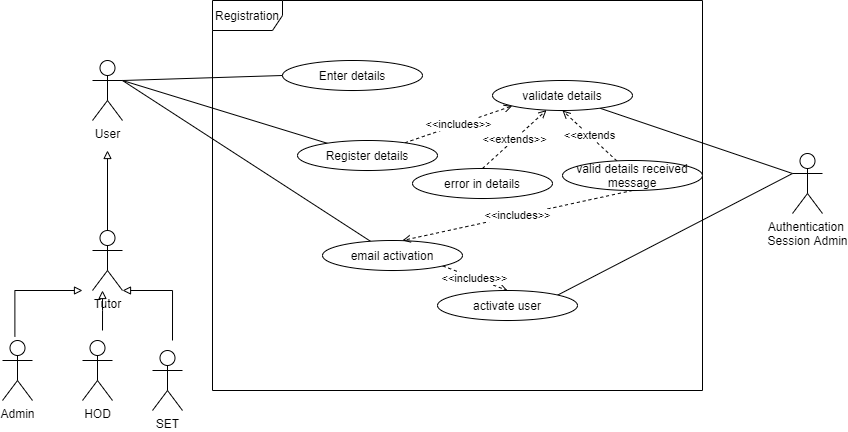
Earlier version of the draw.io export 2021/specs/auth/registration/registration_use_case.png (JohnAPedagogy/ProgressiveStudentHackathon). Source tidied: cells renumbered, new cells last; positions are measured from the earlier drawing's top-left corner, leaving out a move shared by most shapes. The source it was exported from:
```xml
<mxGraphModel>
  <root>
    <mxCell id="0" />
    <mxCell id="1" parent="0" />
    <mxCell id="2" value="Registration" style="shape=umlFrame;whiteSpace=wrap;html=1;width=70;height=30;" parent="1" vertex="1">
      <mxGeometry x="210" width="490" height="390" as="geometry" />
    </mxCell>
    <mxCell id="3" style="rounded=0;jettySize=auto;html=1;exitX=1;exitY=0.3333333333333333;exitDx=0;exitDy=0;exitPerimeter=0;entryX=0;entryY=0.5;entryDx=0;entryDy=0;endArrow=none;endFill=0;" parent="1" edge="1" source="6" target="10">
      <mxGeometry relative="1" as="geometry" />
    </mxCell>
    <mxCell id="4" style="edgeStyle=none;rounded=0;jettySize=auto;html=1;exitX=1;exitY=0.3333333333333333;exitDx=0;exitDy=0;exitPerimeter=0;endArrow=none;endFill=0;" parent="1" edge="1" source="6" target="11">
      <mxGeometry relative="1" as="geometry" />
    </mxCell>
    <mxCell id="5" style="edgeStyle=none;rounded=0;jettySize=auto;html=1;exitX=1;exitY=0.3333333333333333;exitDx=0;exitDy=0;exitPerimeter=0;endArrow=none;endFill=0;" parent="1" edge="1" source="6" target="23">
      <mxGeometry relative="1" as="geometry" />
    </mxCell>
    <mxCell id="6" value="User" style="shape=umlActor;verticalLabelPosition=bottom;verticalAlign=top;html=1;" parent="1" vertex="1">
      <mxGeometry x="90" y="60" width="30" height="60" as="geometry" />
    </mxCell>
    <mxCell id="7" style="edgeStyle=orthogonalEdgeStyle;rounded=0;jettySize=auto;html=1;endArrow=block;endFill=0;" parent="1" edge="1" source="8">
      <mxGeometry relative="1" as="geometry">
        <mxPoint x="105" y="150" as="targetPoint" />
      </mxGeometry>
    </mxCell>
    <mxCell id="8" value="Tutor" style="shape=umlActor;verticalLabelPosition=bottom;verticalAlign=top;html=1;" parent="1" vertex="1">
      <mxGeometry x="90" y="230" width="30" height="60" as="geometry" />
    </mxCell>
    <mxCell id="9" value="&amp;lt;&amp;lt;includes&amp;gt;&amp;gt;" style="edgeStyle=none;rounded=0;jettySize=auto;html=1;entryX=0;entryY=1;entryDx=0;entryDy=0;endArrow=open;endFill=0;dashed=1;" parent="1" edge="1" source="11" target="21">
      <mxGeometry relative="1" as="geometry" />
    </mxCell>
    <mxCell id="10" value="Enter details" style="ellipse;whiteSpace=wrap;html=1;" parent="1" vertex="1">
      <mxGeometry x="280" y="60" width="140" height="30" as="geometry" />
    </mxCell>
    <mxCell id="11" value="Register details" style="ellipse;whiteSpace=wrap;html=1;" parent="1" vertex="1">
      <mxGeometry x="295" y="140" width="140" height="30" as="geometry" />
    </mxCell>
    <mxCell id="12" value="Admin" style="shape=umlActor;verticalLabelPosition=bottom;verticalAlign=top;html=1;" parent="1" vertex="1">
      <mxGeometry y="340" width="30" height="60" as="geometry" />
    </mxCell>
    <mxCell id="13" value="HOD" style="shape=umlActor;verticalLabelPosition=bottom;verticalAlign=top;html=1;" parent="1" vertex="1">
      <mxGeometry x="80" y="340" width="30" height="60" as="geometry" />
    </mxCell>
    <mxCell id="14" value="SET" style="shape=umlActor;verticalLabelPosition=bottom;verticalAlign=top;html=1;" parent="1" vertex="1">
      <mxGeometry x="150" y="350" width="30" height="60" as="geometry" />
    </mxCell>
    <mxCell id="15" style="edgeStyle=orthogonalEdgeStyle;rounded=0;orthogonalLoop=1;jettySize=auto;html=1;endArrow=block;endFill=0;" parent="1" edge="1">
      <mxGeometry relative="1" as="geometry">
        <mxPoint x="100" y="330" as="sourcePoint" />
        <mxPoint x="100" y="290" as="targetPoint" />
        <Array as="points">
          <mxPoint x="100" y="310" />
          <mxPoint x="100" y="310" />
        </Array>
      </mxGeometry>
    </mxCell>
    <mxCell id="16" style="edgeStyle=orthogonalEdgeStyle;rounded=0;orthogonalLoop=1;jettySize=auto;html=1;endArrow=block;endFill=0;" parent="1" edge="1">
      <mxGeometry relative="1" as="geometry">
        <mxPoint x="170" y="340" as="sourcePoint" />
        <mxPoint x="120" y="290" as="targetPoint" />
        <Array as="points">
          <mxPoint x="170" y="290" />
        </Array>
      </mxGeometry>
    </mxCell>
    <mxCell id="17" style="edgeStyle=orthogonalEdgeStyle;rounded=0;jettySize=auto;html=1;endArrow=block;endFill=0;exitX=0.413;exitY=-0.066;exitDx=0;exitDy=0;exitPerimeter=0;" parent="1" edge="1" source="12">
      <mxGeometry relative="1" as="geometry">
        <mxPoint x="80" y="290" as="targetPoint" />
        <Array as="points">
          <mxPoint x="12" y="290" />
        </Array>
      </mxGeometry>
    </mxCell>
    <mxCell id="18" style="edgeStyle=none;rounded=0;jettySize=auto;html=1;exitX=0;exitY=0.3333333333333333;exitDx=0;exitDy=0;exitPerimeter=0;endArrow=none;endFill=0;" parent="1" edge="1" source="19" target="21">
      <mxGeometry relative="1" as="geometry" />
    </mxCell>
    <mxCell id="19" value="Authentication &lt;br&gt;Session Admin" style="shape=umlActor;verticalLabelPosition=bottom;verticalAlign=top;html=1;" parent="1" vertex="1">
      <mxGeometry x="790" y="153" width="30" height="60" as="geometry" />
    </mxCell>
    <mxCell id="20" value="&amp;lt;&amp;lt;extends" style="edgeStyle=none;rounded=0;jettySize=auto;html=1;dashed=1;endArrow=open;endFill=0;entryX=0.5;entryY=1;entryDx=0;entryDy=0;" parent="1" edge="1" source="25" target="21">
      <mxGeometry relative="1" as="geometry" />
    </mxCell>
    <mxCell id="21" value="validate details" style="ellipse;whiteSpace=wrap;html=1;" parent="1" vertex="1">
      <mxGeometry x="490" y="80" width="140" height="30" as="geometry" />
    </mxCell>
    <mxCell id="22" value="&amp;lt;&amp;lt;includes&amp;gt;&amp;gt;" style="edgeStyle=none;rounded=0;jettySize=auto;html=1;exitX=1;exitY=1;exitDx=0;exitDy=0;entryX=0.5;entryY=0;entryDx=0;entryDy=0;endArrow=open;endFill=0;dashed=1;" parent="1" edge="1" source="23" target="29">
      <mxGeometry relative="1" as="geometry" />
    </mxCell>
    <mxCell id="23" value="email activation" style="ellipse;whiteSpace=wrap;html=1;" parent="1" vertex="1">
      <mxGeometry x="320" y="240" width="140" height="30" as="geometry" />
    </mxCell>
    <mxCell id="24" value="&amp;lt;&amp;lt;includes&amp;gt;&amp;gt;" style="edgeStyle=none;rounded=0;jettySize=auto;html=1;exitX=0.5;exitY=1;exitDx=0;exitDy=0;dashed=1;endArrow=open;endFill=0;" parent="1" edge="1" source="25">
      <mxGeometry relative="1" as="geometry">
        <mxPoint x="400" y="240" as="targetPoint" />
      </mxGeometry>
    </mxCell>
    <mxCell id="25" value="valid details received message" style="ellipse;whiteSpace=wrap;html=1;" parent="1" vertex="1">
      <mxGeometry x="560" y="160" width="140" height="30" as="geometry" />
    </mxCell>
    <mxCell id="26" value="&amp;lt;&amp;lt;extends&amp;gt;&amp;gt;" style="edgeStyle=none;rounded=0;jettySize=auto;html=1;exitX=0.5;exitY=0;exitDx=0;exitDy=0;dashed=1;endArrow=open;endFill=0;" parent="1" edge="1" source="27" target="21">
      <mxGeometry relative="1" as="geometry" />
    </mxCell>
    <mxCell id="27" value="error in details" style="ellipse;whiteSpace=wrap;html=1;" parent="1" vertex="1">
      <mxGeometry x="410" y="168" width="140" height="30" as="geometry" />
    </mxCell>
    <mxCell id="28" style="edgeStyle=none;rounded=0;jettySize=auto;html=1;exitX=1;exitY=0;exitDx=0;exitDy=0;entryX=0;entryY=0.3333333333333333;entryDx=0;entryDy=0;entryPerimeter=0;endArrow=none;endFill=0;" parent="1" edge="1" source="29" target="19">
      <mxGeometry relative="1" as="geometry" />
    </mxCell>
    <mxCell id="29" value="activate user" style="ellipse;whiteSpace=wrap;html=1;" parent="1" vertex="1">
      <mxGeometry x="435" y="290" width="140" height="30" as="geometry" />
    </mxCell>
  </root>
</mxGraphModel>
```
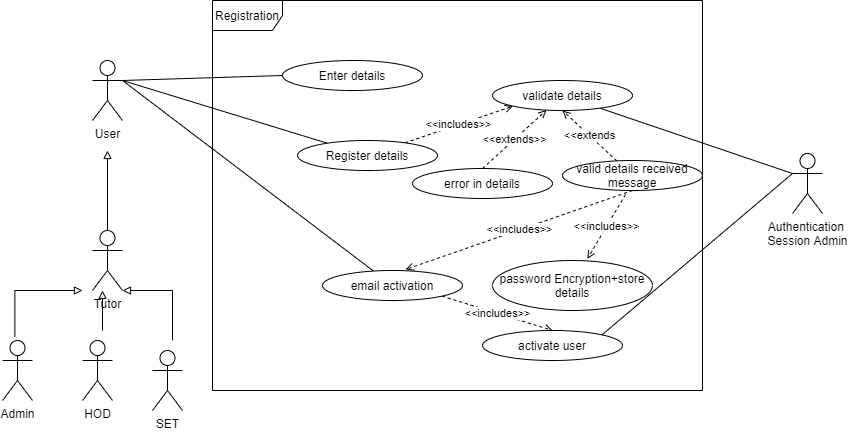
After the change.

The edit, as a diff of the source:
```diff
@@ -86,12 +86,10 @@
       <mxGeometry relative="1" as="geometry" />
     </mxCell>
     <mxCell id="23" value="email activation" style="ellipse;whiteSpace=wrap;html=1;" parent="1" vertex="1">
-      <mxGeometry x="320" y="240" width="140" height="30" as="geometry" />
+      <mxGeometry x="320" y="270" width="140" height="30" as="geometry" />
     </mxCell>
-    <mxCell id="24" value="&amp;lt;&amp;lt;includes&amp;gt;&amp;gt;" style="edgeStyle=none;rounded=0;jettySize=auto;html=1;exitX=0.5;exitY=1;exitDx=0;exitDy=0;dashed=1;endArrow=open;endFill=0;" parent="1" edge="1" source="25">
-      <mxGeometry relative="1" as="geometry">
-        <mxPoint x="400" y="240" as="targetPoint" />
-      </mxGeometry>
+    <mxCell id="24" value="&amp;lt;&amp;lt;includes&amp;gt;&amp;gt;" style="edgeStyle=none;rounded=0;jettySize=auto;html=1;exitX=0.5;exitY=1;exitDx=0;exitDy=0;dashed=1;endArrow=open;endFill=0;entryX=0.593;entryY=-0.033;entryDx=0;entryDy=0;entryPerimeter=0;" parent="1" edge="1" source="25" target="23">
+      <mxGeometry relative="1" as="geometry" />
     </mxCell>
     <mxCell id="25" value="valid details received message" style="ellipse;whiteSpace=wrap;html=1;" parent="1" vertex="1">
       <mxGeometry x="560" y="160" width="140" height="30" as="geometry" />
@@ -106,7 +104,13 @@
       <mxGeometry relative="1" as="geometry" />
     </mxCell>
     <mxCell id="29" value="activate user" style="ellipse;whiteSpace=wrap;html=1;" parent="1" vertex="1">
-      <mxGeometry x="435" y="290" width="140" height="30" as="geometry" />
+      <mxGeometry x="480" y="330" width="140" height="30" as="geometry" />
     </mxCell>
+    <mxCell id="30" value="password Encryption+store details" style="ellipse;whiteSpace=wrap;html=1;" parent="1" vertex="1">
+      <mxGeometry x="490" y="260" width="160" height="50" as="geometry" />
+    </mxCell>
+    <mxCell id="31" value="&amp;lt;&amp;lt;includes&amp;gt;&amp;gt;" style="edgeStyle=none;rounded=0;jettySize=auto;html=1;exitX=0.45;exitY=1.133;exitDx=0;exitDy=0;dashed=1;endArrow=open;endFill=0;entryX=0.593;entryY=-0.033;entryDx=0;entryDy=0;entryPerimeter=0;exitPerimeter=0;" parent="1" edge="1" source="25" target="30">
+      <mxGeometry relative="1" as="geometry" />
+    </mxCell>
   </root>
 </mxGraphModel>
```
